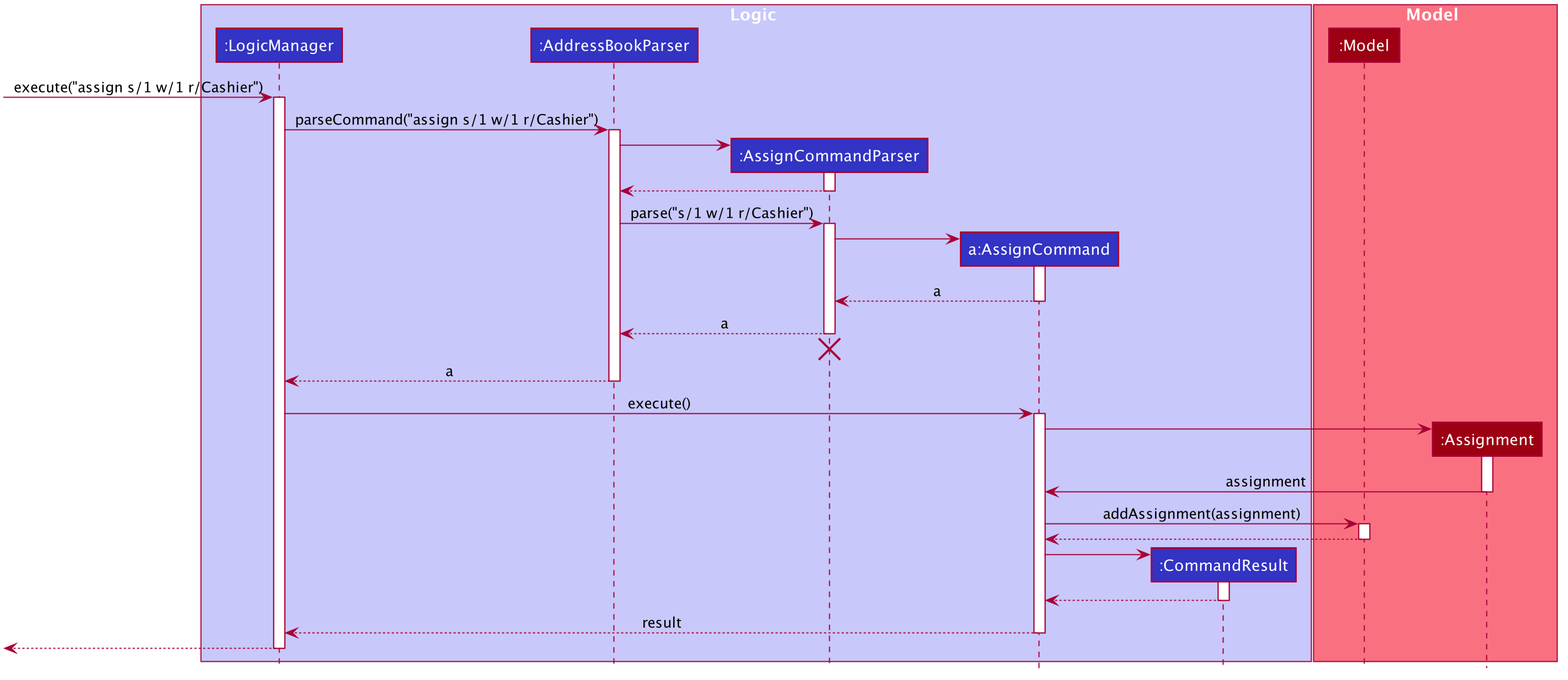
wakululuu/tp keeps this PlantUML diagram as docs/images/AssignSequenceDiagram.png. Above is the earlier version. The source it was exported from:
```plantuml
@startuml








skinparam BackgroundColor #FFFFFFF

skinparam Shadowing false

skinparam Class {
    FontColor #FFFFFF
    BorderThickness 1
    BorderColor #FFFFFF
    StereotypeFontColor #FFFFFF
    FontName Arial
}

skinparam Actor {
    BorderColor #000000
    Color #000000
    FontName Arial
}

skinparam Sequence {
    MessageAlign center
    BoxFontSize 15
    BoxPadding 0
    BoxFontColor #FFFFFF
    FontName Arial
}

skinparam Participant {
    FontColor #FFFFFFF
    Padding 20
}

skinparam MinClassWidth 50
skinparam ParticipantPadding 10
skinparam Shadowing false
skinparam DefaultTextAlignment center
skinparam packageStyle Rectangle

hide footbox
hide members
hide circle
skinparam backgroundColor transparent

box Logic #C8C8FA
participant ":LogicManager" as LogicManager #3333C4
participant ":AddressBookParser" as AddressBookParser #3333C4
participant ":AssignCommandParser" as AssignCommandParser #3333C4
participant "a:AssignCommand" as AssignCommand #3333C4
participant ":CommandResult" as CommandResult #3333C4
end box

box Model #F97181
participant ":Model" as Model #9D0012
participant ":Assignment" as Assignment #9D0012
end box

[-> LogicManager : execute("assign s/1 w/1 r/Cashier")
activate LogicManager

LogicManager -> AddressBookParser : parseCommand("assign s/1 w/1 r/Cashier")
activate AddressBookParser

create AssignCommandParser
AddressBookParser -> AssignCommandParser
activate AssignCommandParser

AssignCommandParser --> AddressBookParser
deactivate AssignCommandParser

AddressBookParser -> AssignCommandParser : parse("s/1 w/1 r/Cashier")
activate AssignCommandParser

create AssignCommand
AssignCommandParser -> AssignCommand
activate AssignCommand

AssignCommand --> AssignCommandParser : a
deactivate AssignCommand

AssignCommandParser --> AddressBookParser : a
deactivate AssignCommandParser
AssignCommandParser -[hidden]-> AddressBookParser
destroy AssignCommandParser

AddressBookParser --> LogicManager : a
deactivate AddressBookParser

LogicManager -> AssignCommand : execute()
activate AssignCommand

create Assignment
AssignCommand -> Assignment
activate Assignment

Assignment -> AssignCommand : assignment
deactivate Assignment

AssignCommand -> Model : addAssignment(assignment)
activate Model

Model --> AssignCommand
deactivate Model

create CommandResult
AssignCommand -> CommandResult
activate CommandResult

CommandResult --> AssignCommand
deactivate CommandResult

AssignCommand --> LogicManager : result
deactivate AssignCommand

[<--LogicManager
deactivate LogicManager
@enduml
```
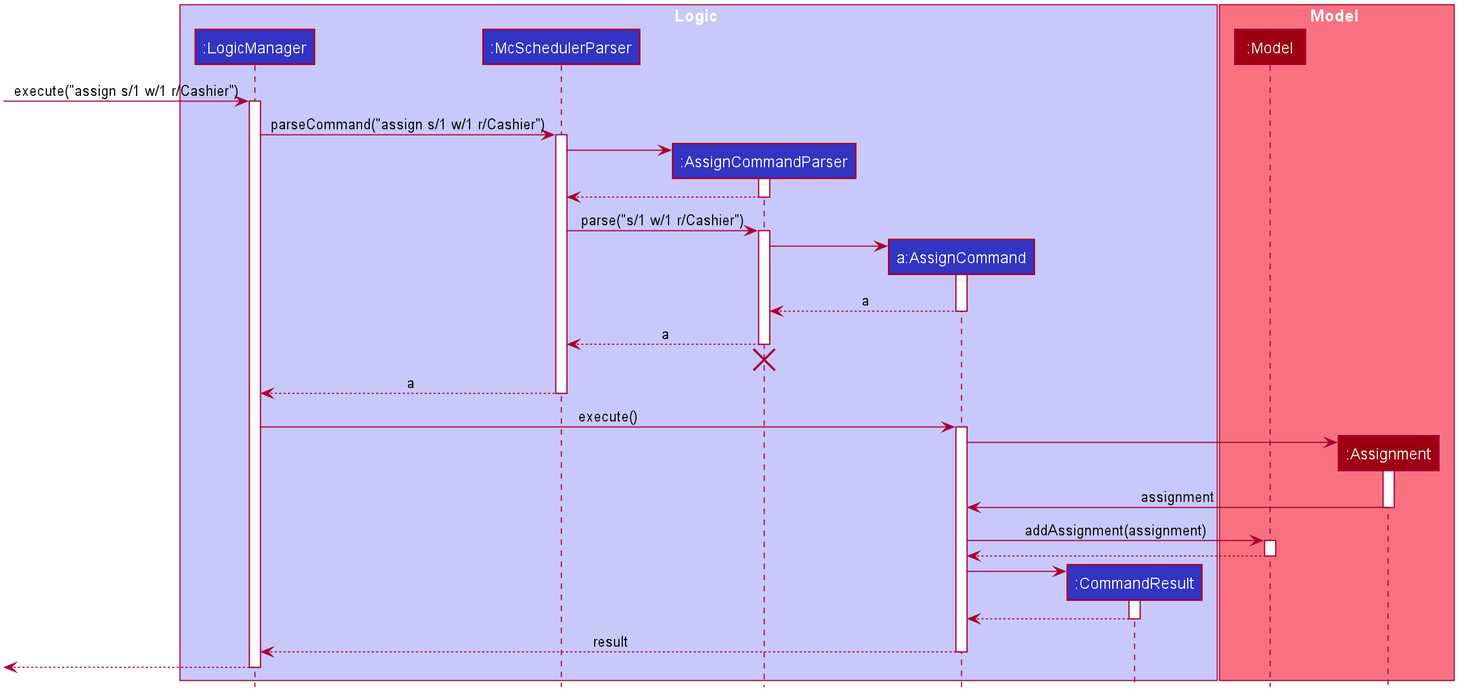
After the change.

Change to the diagram source:
```diff
@@ -17,6 +17,8 @@
     BorderColor #FFFFFF
     StereotypeFontColor #FFFFFF
     FontName Arial
+    AttributeFontColor #FFFFFF
+    AttributeFontName Arial
 }
 
 skinparam Actor {
@@ -45,13 +47,13 @@
 skinparam packageStyle Rectangle
 
 hide footbox
-hide members
+hide empty members
 hide circle
 skinparam backgroundColor transparent
 
 box Logic #C8C8FA
 participant ":LogicManager" as LogicManager #3333C4
-participant ":AddressBookParser" as AddressBookParser #3333C4
+participant ":McSchedulerParser" as McSchedulerParser #3333C4
 participant ":AssignCommandParser" as AssignCommandParser #3333C4
 participant "a:AssignCommand" as AssignCommand #3333C4
 participant ":CommandResult" as CommandResult #3333C4
@@ -65,17 +67,17 @@
 [-> LogicManager : execute("assign s/1 w/1 r/Cashier")
 activate LogicManager
 
-LogicManager -> AddressBookParser : parseCommand("assign s/1 w/1 r/Cashier")
-activate AddressBookParser
+LogicManager -> McSchedulerParser : parseCommand("assign s/1 w/1 r/Cashier")
+activate McSchedulerParser
 
 create AssignCommandParser
-AddressBookParser -> AssignCommandParser
+McSchedulerParser -> AssignCommandParser
 activate AssignCommandParser
 
-AssignCommandParser --> AddressBookParser
+AssignCommandParser --> McSchedulerParser
 deactivate AssignCommandParser
 
-AddressBookParser -> AssignCommandParser : parse("s/1 w/1 r/Cashier")
+McSchedulerParser -> AssignCommandParser : parse("s/1 w/1 r/Cashier")
 activate AssignCommandParser
 
 create AssignCommand
@@ -85,13 +87,13 @@
 AssignCommand --> AssignCommandParser : a
 deactivate AssignCommand
 
-AssignCommandParser --> AddressBookParser : a
+AssignCommandParser --> McSchedulerParser : a
 deactivate AssignCommandParser
-AssignCommandParser -[hidden]-> AddressBookParser
+AssignCommandParser -[hidden]-> McSchedulerParser
 destroy AssignCommandParser
 
-AddressBookParser --> LogicManager : a
-deactivate AddressBookParser
+McSchedulerParser --> LogicManager : a
+deactivate McSchedulerParser
 
 LogicManager -> AssignCommand : execute()
 activate AssignCommand
```
